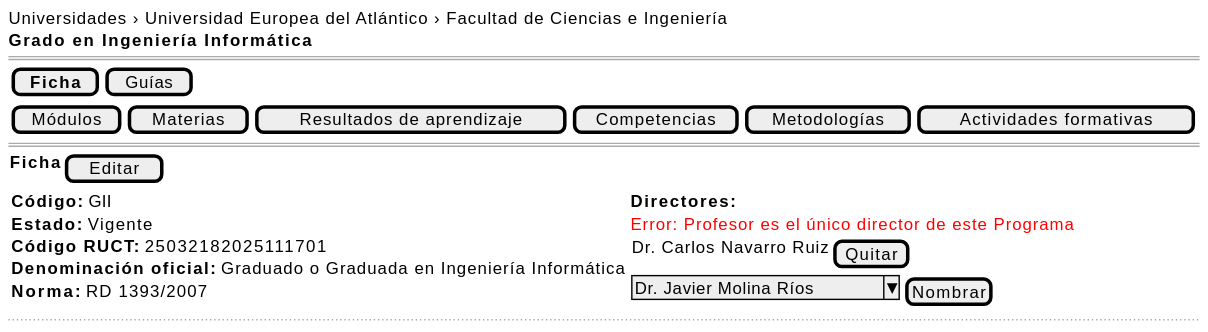
mmasias/pyCeldaPublico keeps this PlantUML diagram as images/RUP/01-requisitos/03-detalle-casos-uso/quitarDirectorPrograma/wireframe-desdePrograma.svg. Above is the earlier version.
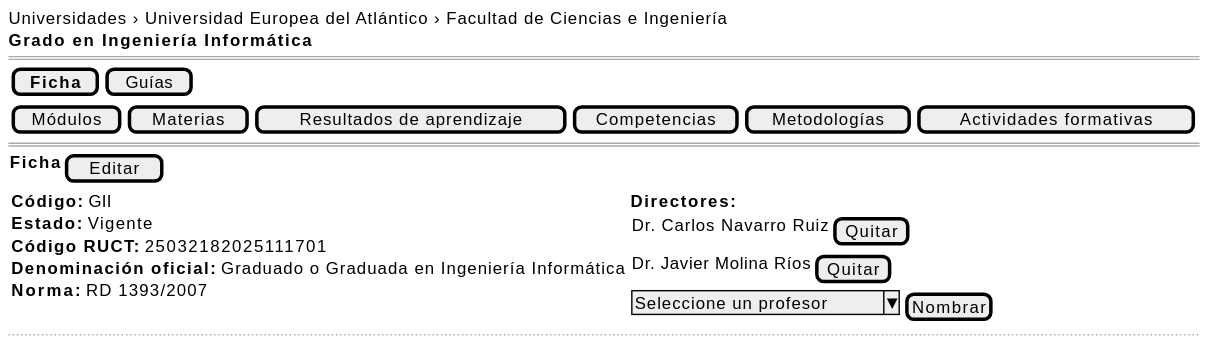
The same file after the commit.

The edit, as a diff of the source:
```diff
@@ -16,9 +16,9 @@
             <b>Norma:</b> RD 1393/2007
         } | {
             <b>Directores:</b>
-            <color:red>Error: Profesor es el único director de este Programa</color>
             { Dr. Carlos Navarro Ruiz | [Quitar] }
-            { ^Dr. Javier Molina Ríos^ | [Nombrar] }
+            { Dr. Javier Molina Ríos | [Quitar] }
+            { ^Seleccione un profesor^ | [Nombrar] }
         }
     }
     ..
```
